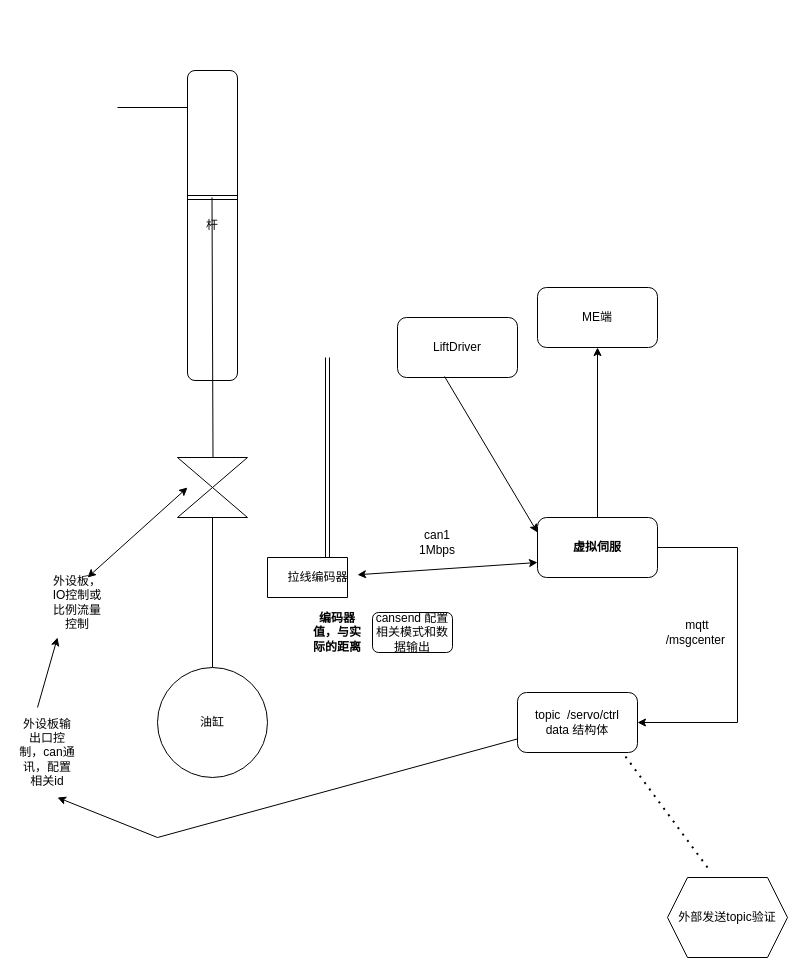
The draw.io diagram liquidControl.drawio in yyjqr/IMU, before the edit. Source tidied: cells renumbered, new cells numbered last; positions are measured from the earlier drawing's top-left corner, leaving out a move shared by most shapes. Both pictures are drawn from the tidied source at 100%, with x=0, y=0 at pixel (17, 70).
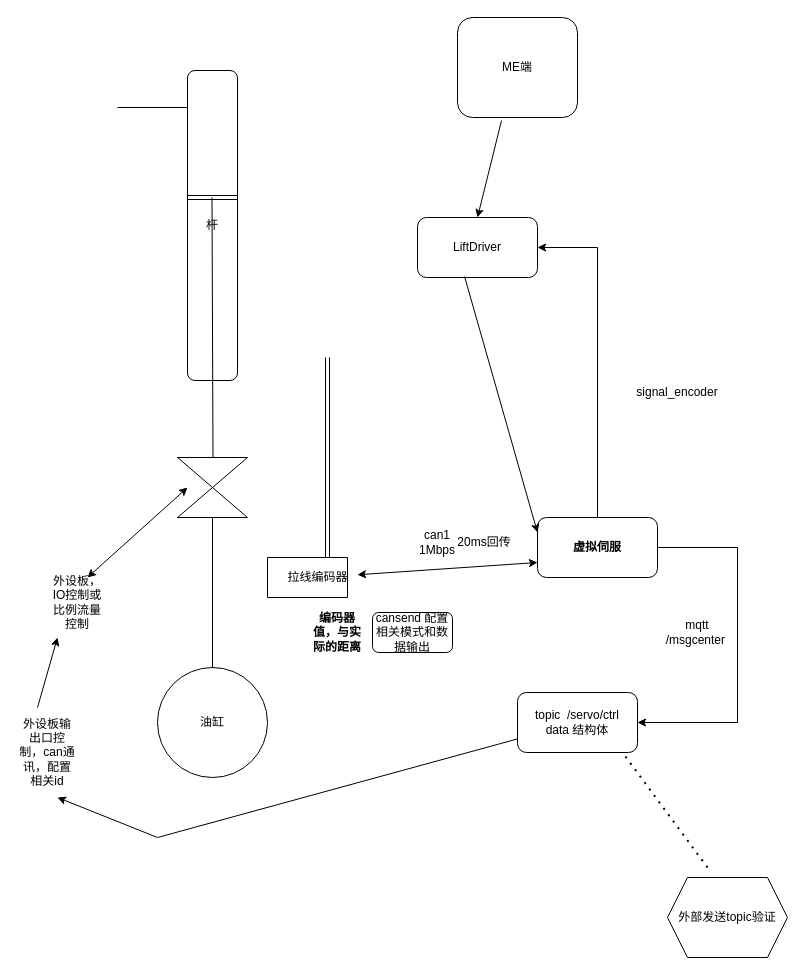
The same page after the edit.

The change refers to these unchanged cells:
```xml
<mxCell id="3" value="&lt;b&gt;虚拟伺服&lt;/b&gt;" style="rounded=1;whiteSpace=wrap;html=1;" parent="1" vertex="1">
  <mxGeometry x="520" y="447" width="120" height="60" as="geometry" />
</mxCell>
```

Diff of the diagram source:
```diff
@@
-    <mxCell id="2" style="edgeStyle=orthogonalEdgeStyle;rounded=0;jettySize=auto;html=1;" parent="1" edge="1" source="3" target="15">
-      <mxGeometry relative="1" as="geometry" />
+    <mxCell id="2" style="edgeStyle=orthogonalEdgeStyle;rounded=0;jettySize=auto;html=1;entryX=1;entryY=0.5;entryDx=0;entryDy=0;" parent="1" edge="1" source="3" target="27">
+      <mxGeometry relative="1" as="geometry">
+        <Array as="points">
+          <mxPoint x="580" y="177" />
+        </Array>
+      </mxGeometry>
     </mxCell>
@@
     <mxCell id="15" value="ME端" style="rounded=1;whiteSpace=wrap;html=1;" parent="1" vertex="1">
-      <mxGeometry x="520" y="217" width="120" height="60" as="geometry" />
+      <mxGeometry x="440" y="-53" width="120" height="100" as="geometry" />
     </mxCell>
@@
     <mxCell id="27" value="LiftDriver" style="rounded=1;whiteSpace=wrap;html=1;" parent="1" vertex="1">
-      <mxGeometry x="380" y="247" width="120" height="60" as="geometry" />
+      <mxGeometry x="400" y="147" width="120" height="60" as="geometry" />
     </mxCell>
@@
+    <mxCell id="31" style="endArrow=classic;html=1;rounded=0;entryX=0.5;entryY=0;entryDx=0;entryDy=0;exitX=0.367;exitY=1.03;exitDx=0;exitDy=0;exitPerimeter=0;" parent="1" edge="1" source="15" target="27">
+      <mxGeometry relative="1" as="geometry" />
+    </mxCell>
+    <mxCell id="32" value="20ms回传" style="text;html=1;strokeColor=none;fillColor=none;align=center;verticalAlign=middle;whiteSpace=wrap;rounded=0;" parent="1" vertex="1">
+      <mxGeometry x="437" y="457" width="60" height="30" as="geometry" />
+    </mxCell>
+    <mxCell id="33" value="signal_encoder" style="text;html=1;strokeColor=none;fillColor=none;align=center;verticalAlign=middle;whiteSpace=wrap;rounded=0;" parent="1" vertex="1">
+      <mxGeometry x="610" y="307" width="100" height="30" as="geometry" />
+    </mxCell>
```
